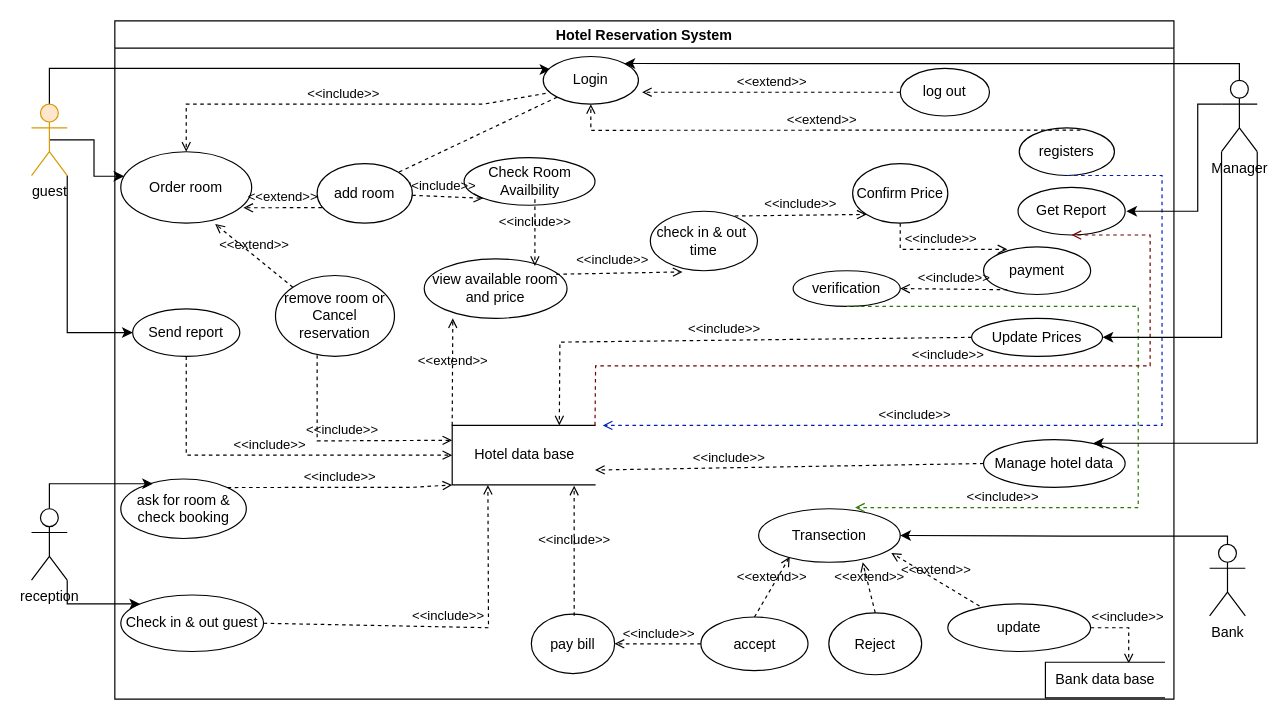
Above: use case Vol3.drawio in AhmedTarek-95/System-Desine (draw.io), before the change. Source tidied: cells renumbered, new cells numbered last; positions are measured from the earlier drawing's top-left corner, leaving out a move shared by most shapes. Both pictures are drawn from the tidied source at 119%, with x=0, y=0 at pixel (31, 20).
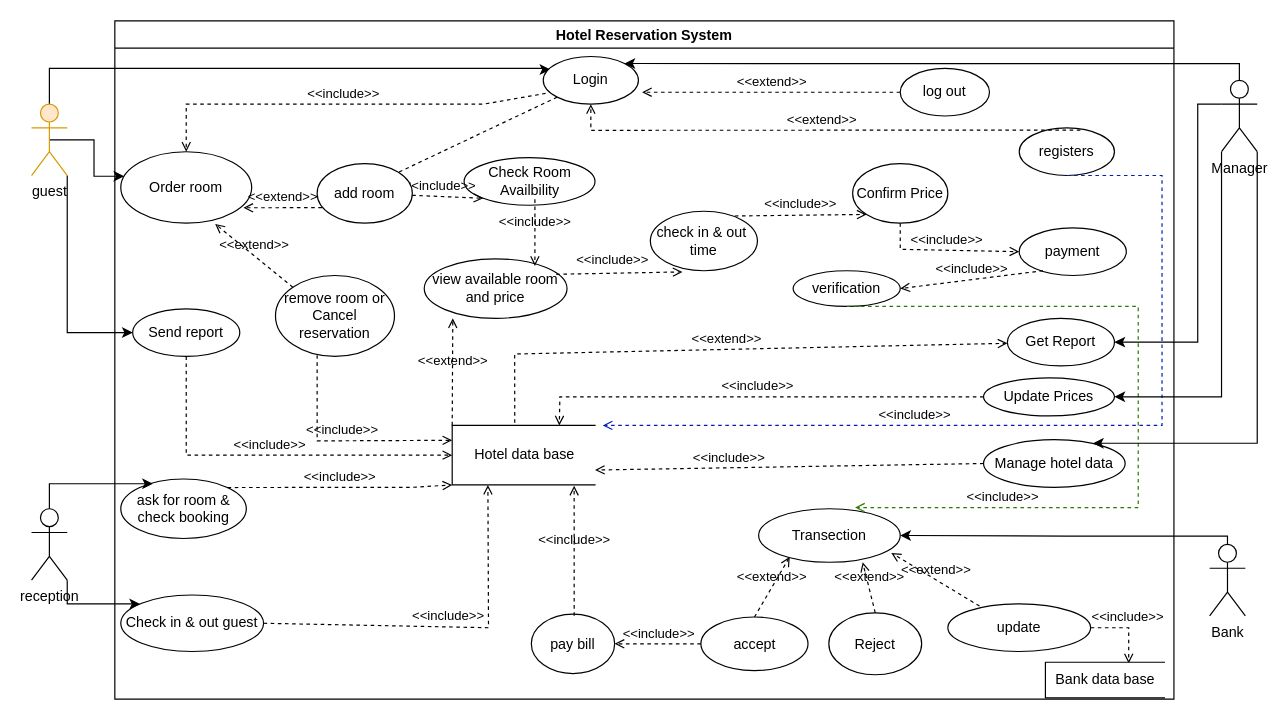
The same page after the edit.

The change refers to these unchanged cells:
```xml
<mxCell id="6" value="Hotel Reservation System" style="swimlane;" parent="1" vertex="1">
  <mxGeometry x="70" width="890" height="570" as="geometry" />
</mxCell>
<mxCell id="36" value="Hotel data base" style="html=1;dashed=0;whitespace=wrap;shape=partialRectangle;right=0;" parent="6" vertex="1">
  <mxGeometry x="283.5" y="340" width="120" height="50" as="geometry" />
</mxCell>
<mxCell id="46" value="verification" style="ellipse;whiteSpace=wrap;html=1;" parent="6" vertex="1">
  <mxGeometry x="570" y="210" width="90" height="30" as="geometry" />
</mxCell>
<mxCell id="48" value="Confirm Price" style="ellipse;whiteSpace=wrap;html=1;" parent="6" vertex="1">
  <mxGeometry x="620" y="120" width="80" height="50" as="geometry" />
</mxCell>
<mxCell id="68" value="Manager" style="shape=umlActor;verticalLabelPosition=bottom;verticalAlign=top;html=1;outlineConnect=0;" parent="1" vertex="1">
  <mxGeometry x="1000" y="50" width="30" height="60" as="geometry" />
</mxCell>
```

What changed in the source:
```diff
@@
     <mxCell id="7" value="&amp;lt;&amp;lt;include&amp;gt;&amp;gt;" style="html=1;verticalAlign=bottom;labelBackgroundColor=none;endArrow=open;endFill=0;dashed=1;rounded=0;exitX=0;exitY=0.5;exitDx=0;exitDy=0;entryX=0.75;entryY=0;entryDx=0;entryDy=0;" parent="6" edge="1" source="45" target="36">
       <mxGeometry relative="1" as="geometry">
         <Array as="points">
-          <mxPoint x="374" y="270" />
+          <mxPoint x="374" y="316" />
         </Array>
       </mxGeometry>
     </mxCell>
@@
     <mxCell id="45" value="Update Prices" style="ellipse;whiteSpace=wrap;html=1;" parent="6" vertex="1">
-      <mxGeometry x="720" y="250" width="110" height="32" as="geometry" />
+      <mxGeometry x="730" y="300" width="110" height="32" as="geometry" />
     </mxCell>
@@
     <mxCell id="47" value="payment" style="ellipse;whiteSpace=wrap;html=1;" parent="6" vertex="1">
-      <mxGeometry x="730" y="190" width="90" height="40" as="geometry" />
+      <mxGeometry x="760" y="174" width="90" height="40" as="geometry" />
     </mxCell>
@@
-    <mxCell id="50" value="&amp;lt;&amp;lt;include&amp;gt;&amp;gt;" style="html=1;verticalAlign=bottom;labelBackgroundColor=none;endArrow=open;endFill=0;dashed=1;rounded=0;" parent="6" edge="1" source="48">
+    <mxCell id="50" value="&amp;lt;&amp;lt;include&amp;gt;&amp;gt;" style="html=1;verticalAlign=bottom;labelBackgroundColor=none;endArrow=open;endFill=0;dashed=1;rounded=0;entryX=0;entryY=0.5;entryDx=0;entryDy=0;" parent="6" edge="1" source="48" target="47">
       <mxGeometry relative="1" as="geometry">
-        <mxPoint x="750" y="192" as="targetPoint" />
         <Array as="points">
           <mxPoint x="660" y="192" />
         </Array>
       </mxGeometry>
     </mxCell>
@@
     <mxCell id="57" value="Get Report" style="ellipse;whiteSpace=wrap;html=1;" parent="6" vertex="1">
-      <mxGeometry x="759" y="140" width="90" height="40" as="geometry" />
+      <mxGeometry x="750" y="250" width="90" height="40" as="geometry" />
     </mxCell>
+    <mxCell id="59" value="&amp;lt;&amp;lt;include&amp;gt;&amp;gt;" style="html=1;verticalAlign=bottom;labelBackgroundColor=none;endArrow=open;endFill=0;dashed=1;rounded=0;entryX=1;entryY=0.5;entryDx=0;entryDy=0;exitX=0.222;exitY=0.9;exitDx=0;exitDy=0;exitPerimeter=0;" parent="6" edge="1" source="47" target="46">
+      <mxGeometry relative="1" as="geometry" />
+    </mxCell>
-    <mxCell id="58" value="&amp;lt;&amp;lt;include&amp;gt;&amp;gt;" style="html=1;verticalAlign=bottom;labelBackgroundColor=none;endArrow=open;endFill=0;dashed=1;rounded=0;exitX=1;exitY=0;exitDx=0;exitDy=0;entryX=0.5;entryY=1;entryDx=0;entryDy=0;fillColor=#a20025;strokeColor=#6F0000;" parent="6" edge="1" source="36" target="57">
+    <mxCell id="58" value="&amp;lt;&amp;lt;extend&amp;gt;&amp;gt;" style="html=1;verticalAlign=bottom;labelBackgroundColor=none;endArrow=open;endFill=0;dashed=1;rounded=0;exitX=0.438;exitY=-0.044;exitDx=0;exitDy=0;exitPerimeter=0;" parent="6" edge="1" source="36" target="57">
       <mxGeometry relative="1" as="geometry">
         <Array as="points">
-          <mxPoint x="404" y="290" />
-          <mxPoint x="870" y="290" />
-          <mxPoint x="870" y="180" />
+          <mxPoint x="336" y="280" />
         </Array>
       </mxGeometry>
     </mxCell>
-    <mxCell id="59" value="&amp;lt;&amp;lt;include&amp;gt;&amp;gt;" style="html=1;verticalAlign=bottom;labelBackgroundColor=none;endArrow=open;endFill=0;dashed=1;rounded=0;entryX=1;entryY=0.5;entryDx=0;entryDy=0;exitX=0.222;exitY=0.9;exitDx=0;exitDy=0;exitPerimeter=0;" parent="6" edge="1" source="47" target="46">
-      <mxGeometry relative="1" as="geometry" />
-    </mxCell>
@@
-    <mxCell id="67" style="edgeStyle=orthogonalEdgeStyle;rounded=0;jettySize=auto;html=1;exitX=0;exitY=0.3333333333333333;exitDx=0;exitDy=0;exitPerimeter=0;" parent="1" edge="1" source="68">
-      <mxGeometry relative="1" as="geometry">
-        <mxPoint x="920" y="160" as="targetPoint" />
-        <Array as="points">
-          <mxPoint x="980" y="70" />
-          <mxPoint x="980" y="160" />
-        </Array>
-      </mxGeometry>
-    </mxCell>
+    <mxCell id="70" style="edgeStyle=orthogonalEdgeStyle;rounded=0;jettySize=auto;html=1;exitX=0;exitY=0.3333333333333333;exitDx=0;exitDy=0;exitPerimeter=0;entryX=1;entryY=0.5;entryDx=0;entryDy=0;" parent="1" edge="1" source="68" target="57">
+      <mxGeometry relative="1" as="geometry">
+        <Array as="points">
+          <mxPoint x="980" y="70" />
+          <mxPoint x="980" y="270" />
+        </Array>
+      </mxGeometry>
+    </mxCell>
```
